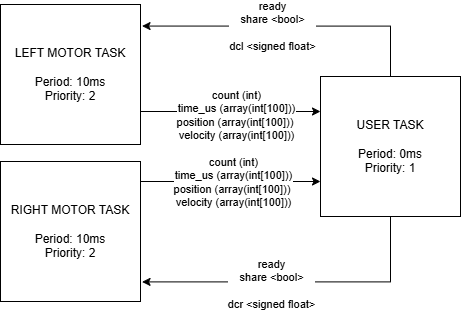
The draw.io diagram LAB0x04/ME4305LAB0x04TD.drawio.png in aVetrova04/ME4305, before a commit. Source tidied: cells renumbered, new cells last; positions are measured from the earlier drawing's top-left corner, leaving out a move shared by most shapes. Source of this version:
```xml
<mxGraphModel>
  <root>
    <mxCell id="0" />
    <mxCell id="1" parent="0" />
    <mxCell id="2" style="edgeStyle=orthogonalEdgeStyle;rounded=0;jettySize=auto;html=1;entryX=0;entryY=0.25;entryDx=0;entryDy=0;" parent="1" edge="1" source="4" target="8">
      <mxGeometry relative="1" as="geometry">
        <Array as="points">
          <mxPoint x="190" y="107" />
          <mxPoint x="190" y="107" />
        </Array>
      </mxGeometry>
    </mxCell>
    <mxCell id="3" value="count (int)&lt;div&gt;time_us (array(int[100]))&lt;/div&gt;&lt;div&gt;position (array(int[100]))&amp;nbsp;&lt;/div&gt;&lt;div&gt;velocity (array(int[100]))&lt;/div&gt;" style="edgeLabel;html=1;align=center;verticalAlign=middle;" parent="2" vertex="1">
      <mxGeometry x="0.05" y="-3" relative="1" as="geometry" />
    </mxCell>
    <mxCell id="4" value="LEFT MOTOR TASK&lt;div&gt;&lt;br&gt;&lt;/div&gt;&lt;div&gt;Period: 10ms&lt;/div&gt;&lt;div&gt;Priority: 2&lt;/div&gt;" style="whiteSpace=wrap;html=1;" parent="1" vertex="1">
      <mxGeometry width="140" height="140" as="geometry" />
    </mxCell>
    <mxCell id="5" style="edgeStyle=orthogonalEdgeStyle;rounded=0;jettySize=auto;html=1;entryX=0;entryY=0.75;entryDx=0;entryDy=0;" parent="1" edge="1" source="7" target="8">
      <mxGeometry relative="1" as="geometry">
        <Array as="points">
          <mxPoint x="190" y="177" />
          <mxPoint x="190" y="177" />
        </Array>
      </mxGeometry>
    </mxCell>
    <mxCell id="6" value="count (int)&lt;div&gt;time_us (array(int[100]))&lt;/div&gt;&lt;div&gt;position (array(int[100]))&amp;nbsp;&lt;/div&gt;&lt;div&gt;velocity (array(int[100]))&lt;/div&gt;" style="edgeLabel;html=1;align=center;verticalAlign=middle;" parent="5" vertex="1">
      <mxGeometry x="0.03" relative="1" as="geometry" />
    </mxCell>
    <mxCell id="7" value="RIGHT MOTOR TASK&lt;div&gt;&lt;br&gt;&lt;/div&gt;&lt;div&gt;Period: 10ms&lt;/div&gt;&lt;div&gt;Priority: 2&lt;/div&gt;" style="whiteSpace=wrap;html=1;" parent="1" vertex="1">
      <mxGeometry y="157" width="140" height="140" as="geometry" />
    </mxCell>
    <mxCell id="8" value="USER TASK&lt;div&gt;&lt;br&gt;&lt;/div&gt;&lt;div&gt;Period: 0ms&lt;/div&gt;&lt;div&gt;Priority: 1&lt;/div&gt;" style="whiteSpace=wrap;html=1;" parent="1" vertex="1">
      <mxGeometry x="320" y="72" width="140" height="140" as="geometry" />
    </mxCell>
    <mxCell id="9" style="edgeStyle=orthogonalEdgeStyle;rounded=0;jettySize=auto;html=1;entryX=1.011;entryY=0.154;entryDx=0;entryDy=0;entryPerimeter=0;" parent="1" edge="1" source="8" target="4">
      <mxGeometry relative="1" as="geometry">
        <Array as="points">
          <mxPoint x="390" y="21.6" />
        </Array>
      </mxGeometry>
    </mxCell>
    <mxCell id="10" value="ready&lt;div&gt;share &amp;lt;bool&amp;gt;&lt;/div&gt;&lt;div&gt;&lt;br&gt;&lt;/div&gt;&lt;div&gt;dcl &amp;lt;signed float&amp;gt;&lt;/div&gt;" style="edgeLabel;html=1;align=center;verticalAlign=middle;" parent="9" vertex="1">
      <mxGeometry x="0.13" relative="1" as="geometry" />
    </mxCell>
    <mxCell id="11" style="edgeStyle=orthogonalEdgeStyle;rounded=0;jettySize=auto;html=1;entryX=1.011;entryY=0.86;entryDx=0;entryDy=0;entryPerimeter=0;" parent="1" edge="1" source="8" target="7">
      <mxGeometry relative="1" as="geometry">
        <Array as="points">
          <mxPoint x="390" y="277.4" />
        </Array>
      </mxGeometry>
    </mxCell>
    <mxCell id="12" value="ready&lt;div&gt;share &amp;lt;bool&amp;gt;&lt;/div&gt;&lt;div&gt;&lt;br&gt;&lt;/div&gt;&lt;div&gt;dcr &amp;lt;signed float&amp;gt;&lt;/div&gt;" style="edgeLabel;html=1;align=center;verticalAlign=middle;" parent="11" vertex="1">
      <mxGeometry x="0.18" y="2" relative="1" as="geometry" />
    </mxCell>
  </root>
</mxGraphModel>
```
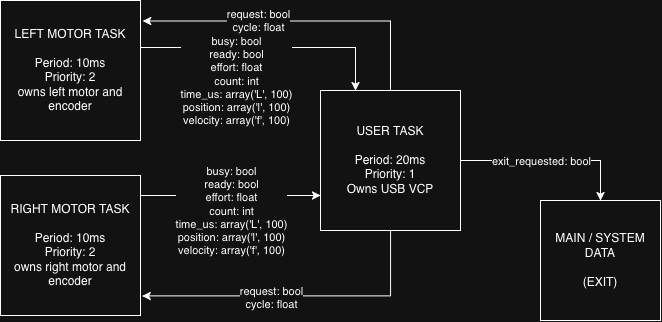
The same file after the commit.

The edit, as a diff of the source:
```diff
@@ -2,19 +2,20 @@
   <root>
     <mxCell id="0" />
     <mxCell id="1" parent="0" />
-    <mxCell id="2" style="edgeStyle=orthogonalEdgeStyle;rounded=0;jettySize=auto;html=1;entryX=0;entryY=0.25;entryDx=0;entryDy=0;" parent="1" edge="1" source="4" target="8">
-      <mxGeometry relative="1" as="geometry">
+    <mxCell id="2" style="edgeStyle=orthogonalEdgeStyle;rounded=0;jettySize=auto;html=1;entryX=0.25;entryY=0;entryDx=0;entryDy=0;" parent="1" edge="1" source="4" target="8">
+      <mxGeometry x="-0.3" relative="1" as="geometry">
         <Array as="points">
-          <mxPoint x="190" y="107" />
-          <mxPoint x="190" y="107" />
+          <mxPoint x="355" y="29" />
         </Array>
       </mxGeometry>
     </mxCell>
-    <mxCell id="3" value="count (int)&lt;div&gt;time_us (array(int[100]))&lt;/div&gt;&lt;div&gt;position (array(int[100]))&amp;nbsp;&lt;/div&gt;&lt;div&gt;velocity (array(int[100]))&lt;/div&gt;" style="edgeLabel;html=1;align=center;verticalAlign=middle;" parent="2" vertex="1">
-      <mxGeometry x="0.05" y="-3" relative="1" as="geometry" />
+    <mxCell id="3" value="busy: bool&lt;br&gt;ready: bool&lt;br&gt;effort: float&lt;br&gt;count: int&lt;br&gt;time_us: array('L', 100)&lt;br&gt;position: array('l', 100)&lt;br&gt;velocity: array('f', 100)" style="edgeLabel;html=1;align=center;verticalAlign=middle;" parent="2" vertex="1">
+      <mxGeometry x="-0.26" y="-3" relative="1" as="geometry">
+        <mxPoint y="30" as="offset" />
+      </mxGeometry>
     </mxCell>
-    <mxCell id="4" value="LEFT MOTOR TASK&lt;div&gt;&lt;br&gt;&lt;/div&gt;&lt;div&gt;Period: 10ms&lt;/div&gt;&lt;div&gt;Priority: 2&lt;/div&gt;" style="whiteSpace=wrap;html=1;" parent="1" vertex="1">
-      <mxGeometry width="140" height="140" as="geometry" />
+    <mxCell id="4" value="LEFT MOTOR TASK&lt;div&gt;&lt;br&gt;&lt;/div&gt;&lt;div&gt;Period: 10ms&lt;/div&gt;&lt;div&gt;Priority: 2&lt;/div&gt;&lt;div&gt;owns left motor and encoder&lt;/div&gt;" style="whiteSpace=wrap;html=1;" parent="1" vertex="1">
+      <mxGeometry y="-18" width="140" height="140" as="geometry" />
     </mxCell>
     <mxCell id="5" style="edgeStyle=orthogonalEdgeStyle;rounded=0;jettySize=auto;html=1;entryX=0;entryY=0.75;entryDx=0;entryDy=0;" parent="1" edge="1" source="7" target="8">
       <mxGeometry relative="1" as="geometry">
@@ -24,24 +25,40 @@
         </Array>
       </mxGeometry>
     </mxCell>
-    <mxCell id="6" value="count (int)&lt;div&gt;time_us (array(int[100]))&lt;/div&gt;&lt;div&gt;position (array(int[100]))&amp;nbsp;&lt;/div&gt;&lt;div&gt;velocity (array(int[100]))&lt;/div&gt;" style="edgeLabel;html=1;align=center;verticalAlign=middle;" parent="5" vertex="1">
-      <mxGeometry x="0.03" relative="1" as="geometry" />
+    <mxCell id="6" value="busy: bool&lt;br&gt;ready: bool&lt;br&gt;effort: float&lt;br&gt;count: int&lt;br&gt;time_us: array('L', 100)&lt;br&gt;position: array('l', 100)&lt;br&gt;velocity: array('f', 100)" style="edgeLabel;html=1;align=center;verticalAlign=middle;" parent="5" vertex="1">
+      <mxGeometry x="0.03" relative="1" as="geometry">
+        <mxPoint x="-2" y="15" as="offset" />
+      </mxGeometry>
     </mxCell>
-    <mxCell id="7" value="RIGHT MOTOR TASK&lt;div&gt;&lt;br&gt;&lt;/div&gt;&lt;div&gt;Period: 10ms&lt;/div&gt;&lt;div&gt;Priority: 2&lt;/div&gt;" style="whiteSpace=wrap;html=1;" parent="1" vertex="1">
+    <mxCell id="7" value="RIGHT MOTOR TASK&lt;div&gt;&lt;br&gt;&lt;/div&gt;&lt;div&gt;Period: 10ms&lt;/div&gt;&lt;div&gt;Priority: 2&lt;/div&gt;&lt;div&gt;owns right motor and encoder&lt;/div&gt;" style="whiteSpace=wrap;html=1;" parent="1" vertex="1">
       <mxGeometry y="157" width="140" height="140" as="geometry" />
     </mxCell>
+    <mxCell id="13" style="edgeStyle=orthogonalEdgeStyle;rounded=0;jettySize=auto;html=1;exitX=1;exitY=0.5;exitDx=0;exitDy=0;" parent="1" edge="1" source="8" target="15">
+      <mxGeometry relative="1" as="geometry">
+        <Array as="points">
+          <mxPoint x="600" y="142" />
+        </Array>
+      </mxGeometry>
+    </mxCell>
+    <mxCell id="14" value="exit_requested: bool" style="edgeLabel;html=1;align=center;verticalAlign=middle;" parent="13" vertex="1">
+      <mxGeometry x="0.03" relative="1" as="geometry">
+        <mxPoint x="-12" as="offset" />
+      </mxGeometry>
+    </mxCell>
-    <mxCell id="8" value="USER TASK&lt;div&gt;&lt;br&gt;&lt;/div&gt;&lt;div&gt;Period: 0ms&lt;/div&gt;&lt;div&gt;Priority: 1&lt;/div&gt;" style="whiteSpace=wrap;html=1;" parent="1" vertex="1">
+    <mxCell id="8" value="USER TASK&lt;div&gt;&lt;br&gt;&lt;/div&gt;&lt;div&gt;Period: 20ms&lt;/div&gt;&lt;div&gt;Priority: 1&lt;/div&gt;&lt;div&gt;Owns USB VCP&lt;/div&gt;" style="whiteSpace=wrap;html=1;" parent="1" vertex="1">
       <mxGeometry x="320" y="72" width="140" height="140" as="geometry" />
     </mxCell>
-    <mxCell id="9" style="edgeStyle=orthogonalEdgeStyle;rounded=0;jettySize=auto;html=1;entryX=1.011;entryY=0.154;entryDx=0;entryDy=0;entryPerimeter=0;" parent="1" edge="1" source="8" target="4">
-      <mxGeometry relative="1" as="geometry">
+    <mxCell id="9" style="edgeStyle=orthogonalEdgeStyle;rounded=0;jettySize=auto;html=1;exitX=0.5;exitY=0;exitDx=0;exitDy=0;entryX=1.015;entryY=0.147;entryDx=0;entryDy=0;entryPerimeter=0;" parent="1" edge="1" source="8" target="4">
+      <mxGeometry x="0.3" relative="1" as="geometry">
         <Array as="points">
-          <mxPoint x="390" y="21.6" />
+          <mxPoint x="390" y="2.6" />
         </Array>
       </mxGeometry>
     </mxCell>
-    <mxCell id="10" value="ready&lt;div&gt;share &amp;lt;bool&amp;gt;&lt;/div&gt;&lt;div&gt;&lt;br&gt;&lt;/div&gt;&lt;div&gt;dcl &amp;lt;signed float&amp;gt;&lt;/div&gt;" style="edgeLabel;html=1;align=center;verticalAlign=middle;" parent="9" vertex="1">
-      <mxGeometry x="0.13" relative="1" as="geometry" />
+    <mxCell id="10" value="request: bool&lt;br&gt;cycle: float" style="edgeLabel;html=1;align=center;verticalAlign=middle;" parent="9" vertex="1">
+      <mxGeometry x="0.42" relative="1" as="geometry">
+        <mxPoint x="23" as="offset" />
+      </mxGeometry>
     </mxCell>
     <mxCell id="11" style="edgeStyle=orthogonalEdgeStyle;rounded=0;jettySize=auto;html=1;entryX=1.011;entryY=0.86;entryDx=0;entryDy=0;entryPerimeter=0;" parent="1" edge="1" source="8" target="7">
       <mxGeometry relative="1" as="geometry">
@@ -50,8 +67,11 @@
         </Array>
       </mxGeometry>
     </mxCell>
-    <mxCell id="12" value="ready&lt;div&gt;share &amp;lt;bool&amp;gt;&lt;/div&gt;&lt;div&gt;&lt;br&gt;&lt;/div&gt;&lt;div&gt;dcr &amp;lt;signed float&amp;gt;&lt;/div&gt;" style="edgeLabel;html=1;align=center;verticalAlign=middle;" parent="11" vertex="1">
+    <mxCell id="12" value="request: bool&lt;br&gt;cycle: float" style="edgeLabel;html=1;align=center;verticalAlign=middle;" parent="11" vertex="1">
       <mxGeometry x="0.18" y="2" relative="1" as="geometry" />
     </mxCell>
+    <mxCell id="15" value="&lt;div&gt;MAIN / SYSTEM DATA&lt;/div&gt;&lt;div&gt;&lt;br&gt;&lt;/div&gt;&lt;div&gt;(EXIT)&lt;/div&gt;" style="whiteSpace=wrap;html=1;" parent="1" vertex="1">
+      <mxGeometry x="540" y="182" width="120" height="120" as="geometry" />
+    </mxCell>
   </root>
 </mxGraphModel>
```
